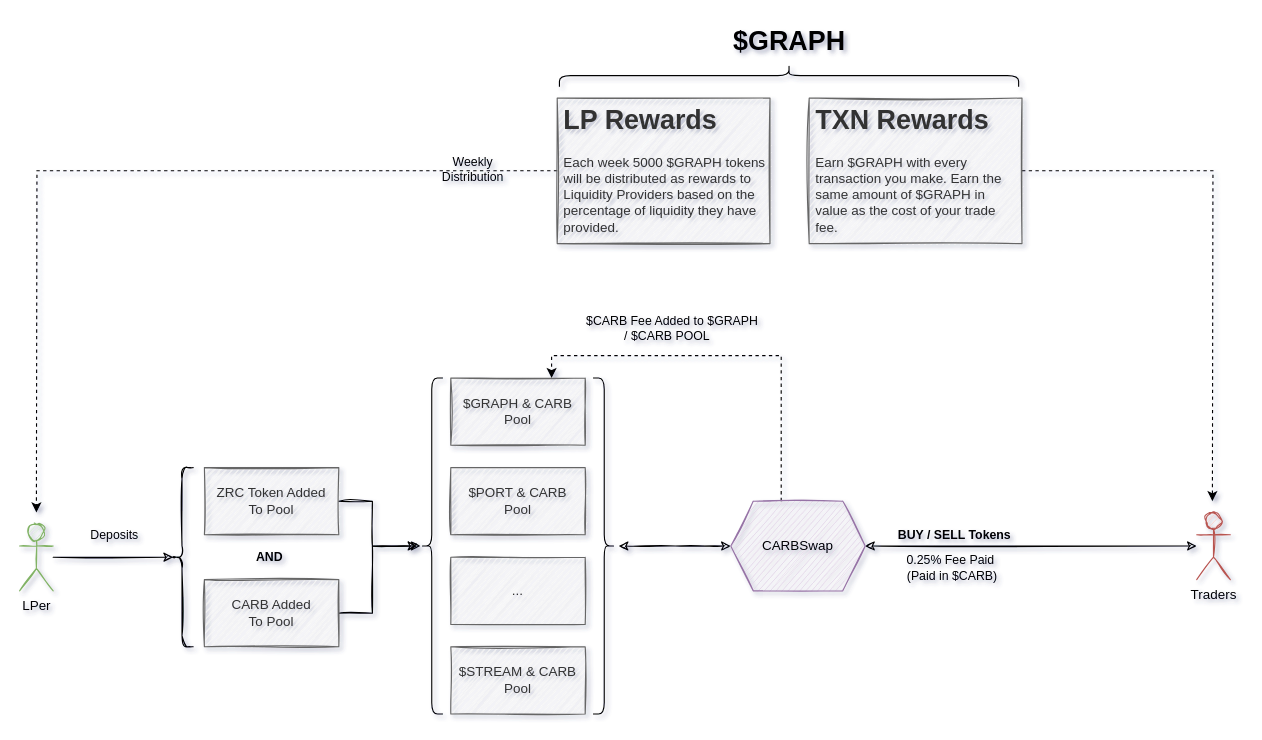
Earlier version of the draw.io diagram CarbSwapGraph.drawio (Carbon-Labs/Diagrams). Source tidied: cells renumbered, new cells numbered last; positions are measured from the earlier drawing's top-left corner, leaving out a move shared by most shapes. Both pictures are drawn from the tidied source at 112%, with x=0, y=0 at pixel (19, -155).
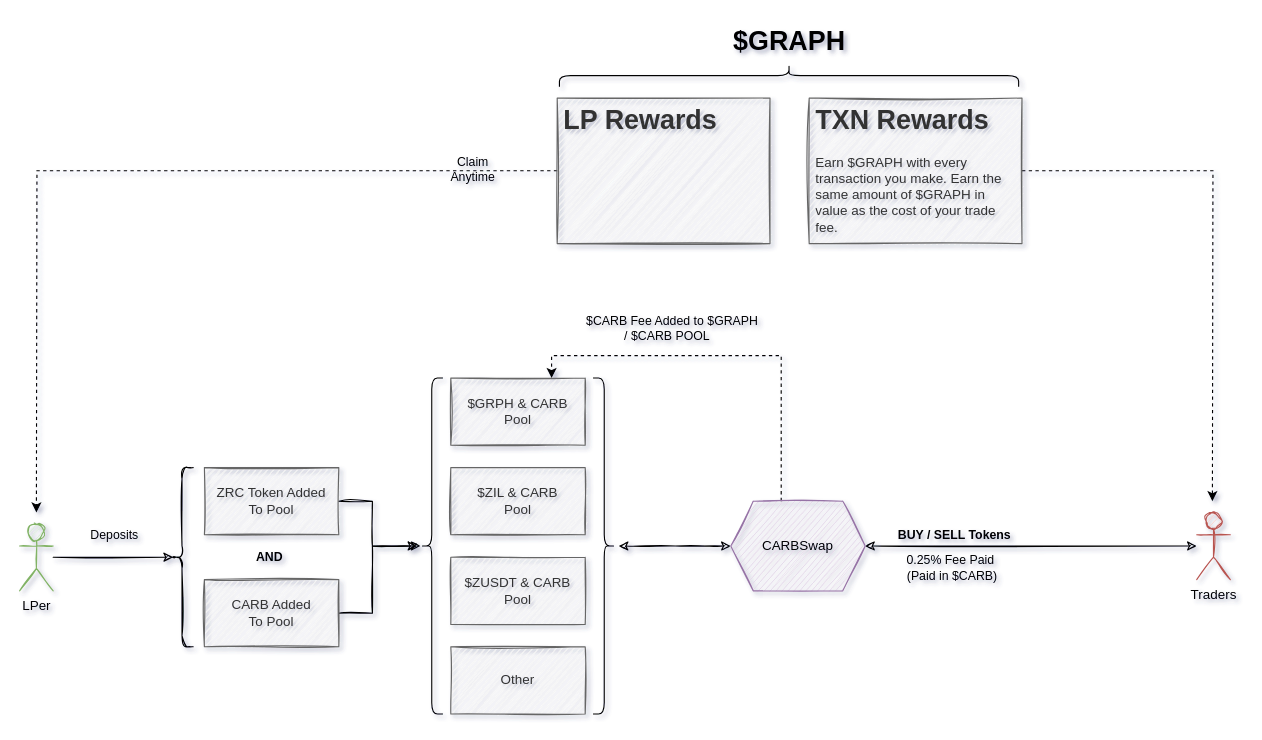
Above is the later version.

Change to the diagram source:
```diff
@@
-    <mxCell id="10" value="&lt;h1&gt;LP Rewards&lt;/h1&gt;&lt;p&gt;Each week 5000 $GRAPH tokens will be distributed as rewards to Liquidity Providers based on the percentage of liquidity they have provided.&lt;br&gt;&lt;br&gt;&lt;/p&gt;" style="text;html=1;strokeColor=#666666;fillColor=#f5f5f5;spacing=5;spacingTop=-20;whiteSpace=wrap;overflow=hidden;rounded=0;sketch=1;fontColor=#333333;spacingLeft=1;spacingRight=0;" parent="1" vertex="1">
+    <mxCell id="10" value="&lt;h1&gt;LP Rewards&lt;/h1&gt;&lt;p&gt;&lt;br&gt;&lt;br&gt;&lt;/p&gt;" style="text;html=1;strokeColor=#666666;fillColor=#f5f5f5;spacing=5;spacingTop=-20;whiteSpace=wrap;overflow=hidden;rounded=0;sketch=1;fontColor=#333333;spacingLeft=1;spacingRight=0;" parent="1" vertex="1">
       <mxGeometry x="480" y="225" width="190" height="130" as="geometry" />
     </mxCell>
@@
-    <mxCell id="16" value="$GRAPH &amp;amp; CARB Pool" style="rounded=0;whiteSpace=wrap;html=1;sketch=1;fillColor=#f5f5f5;strokeColor=#666666;fontColor=#333333;" parent="1" vertex="1">
+    <mxCell id="16" value="$GRPH &amp;amp; CARB&lt;br&gt;Pool" style="rounded=0;whiteSpace=wrap;html=1;sketch=1;fillColor=#f5f5f5;strokeColor=#666666;fontColor=#333333;" parent="1" vertex="1">
       <mxGeometry x="385" y="475" width="120" height="60" as="geometry" />
     </mxCell>
@@
-    <mxCell id="19" value="Weekly Distribution" style="text;html=1;strokeColor=none;fillColor=none;align=center;verticalAlign=middle;whiteSpace=wrap;rounded=0;labelBackgroundColor=none;fontSize=11;" parent="1" vertex="1">
+    <mxCell id="19" value="Claim&lt;br&gt;Anytime" style="text;html=1;strokeColor=none;fillColor=none;align=center;verticalAlign=middle;whiteSpace=wrap;rounded=0;labelBackgroundColor=none;fontSize=11;" parent="1" vertex="1">
       <mxGeometry x="365" y="279" width="80" height="20" as="geometry" />
     </mxCell>
@@
-    <mxCell id="27" value="$PORT &amp;amp; CARB&lt;br&gt;Pool" style="rounded=0;whiteSpace=wrap;html=1;sketch=1;fillColor=#f5f5f5;strokeColor=#666666;fontColor=#333333;" parent="1" vertex="1">
+    <mxCell id="27" value="$ZIL &amp;amp; CARB&lt;br&gt;Pool" style="rounded=0;whiteSpace=wrap;html=1;sketch=1;fillColor=#f5f5f5;strokeColor=#666666;fontColor=#333333;" parent="1" vertex="1">
       <mxGeometry x="385" y="555" width="120" height="60" as="geometry" />
     </mxCell>
-    <mxCell id="28" value="..." style="rounded=0;whiteSpace=wrap;html=1;sketch=1;fillColor=#f5f5f5;strokeColor=#666666;fontColor=#333333;" parent="1" vertex="1">
+    <mxCell id="28" value="$ZUSDT &amp;amp; CARB&lt;br&gt;Pool" style="rounded=0;whiteSpace=wrap;html=1;sketch=1;fillColor=#f5f5f5;strokeColor=#666666;fontColor=#333333;" parent="1" vertex="1">
       <mxGeometry x="385" y="635" width="120" height="60" as="geometry" />
     </mxCell>
-    <mxCell id="29" value="$STREAM &amp;amp; CARB&lt;br&gt;Pool" style="rounded=0;whiteSpace=wrap;html=1;sketch=1;fillColor=#f5f5f5;strokeColor=#666666;fontColor=#333333;" parent="1" vertex="1">
+    <mxCell id="29" value="Other" style="rounded=0;whiteSpace=wrap;html=1;sketch=1;fillColor=#f5f5f5;strokeColor=#666666;fontColor=#333333;" parent="1" vertex="1">
       <mxGeometry x="385" y="715" width="120" height="60" as="geometry" />
     </mxCell>
```
